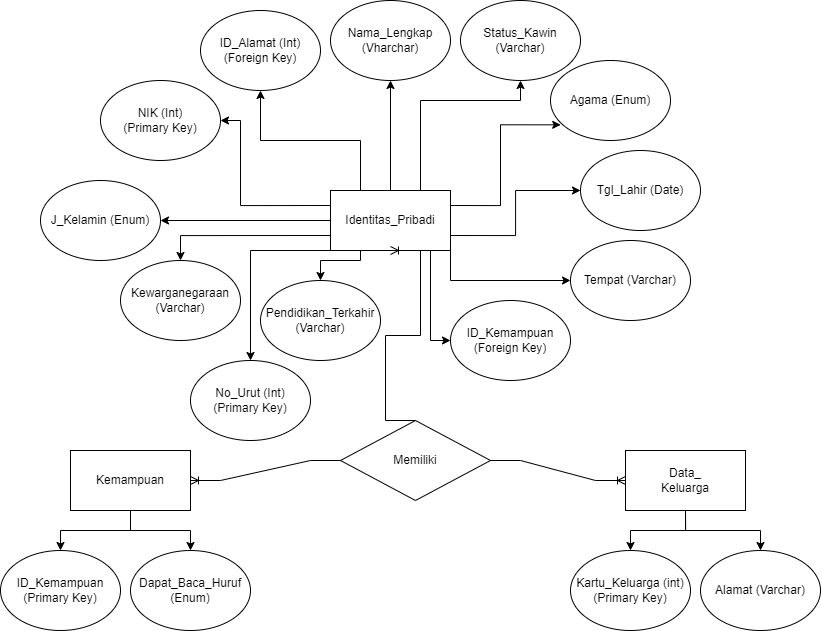
Above: ERD Versi 1.png in alvijar/Kominfo_Alvijar (draw.io), before the change. Source tidied: cells renumbered, new cells last; positions are measured from the earlier drawing's top-left corner, leaving out a move shared by most shapes.
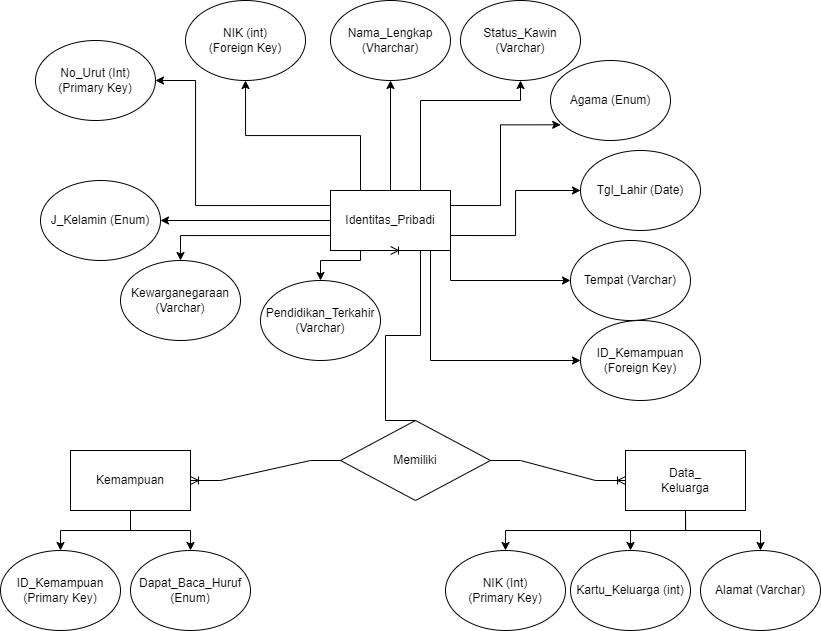
Later version of the same file.

What changed in the source:
```diff
@@ -2,10 +2,7 @@
   <root>
     <mxCell id="0" />
     <mxCell id="1" parent="0" />
-    <mxCell id="2" value="&lt;span style=&quot;text-align: left&quot;&gt;ID_Alamat (Int)&lt;/span&gt;&lt;br style=&quot;text-align: left&quot;&gt;&lt;span style=&quot;text-align: left&quot;&gt;(Foreign Key)&lt;/span&gt;" style="ellipse;whiteSpace=wrap;html=1;" parent="1" vertex="1">
-      <mxGeometry x="200" y="10" width="120" height="80" as="geometry" />
-    </mxCell>
-    <mxCell id="3" style="edgeStyle=orthogonalEdgeStyle;rounded=0;jettySize=auto;html=1;exitX=0.25;exitY=0;exitDx=0;exitDy=0;entryX=0.5;entryY=1;entryDx=0;entryDy=0;" parent="1" edge="1" source="16" target="2">
+    <mxCell id="3" style="edgeStyle=orthogonalEdgeStyle;rounded=0;jettySize=auto;html=1;exitX=0.25;exitY=0;exitDx=0;exitDy=0;entryX=0.5;entryY=1;entryDx=0;entryDy=0;" parent="1" edge="1" source="16" target="42">
       <mxGeometry relative="1" as="geometry" />
     </mxCell>
     <mxCell id="4" style="edgeStyle=orthogonalEdgeStyle;rounded=0;jettySize=auto;html=1;exitX=0.5;exitY=0;exitDx=0;exitDy=0;entryX=0.5;entryY=1;entryDx=0;entryDy=0;" parent="1" edge="1" source="16" target="18">
@@ -19,11 +16,11 @@
         </Array>
       </mxGeometry>
     </mxCell>
-    <mxCell id="6" style="edgeStyle=orthogonalEdgeStyle;rounded=0;jettySize=auto;html=1;exitX=0;exitY=0.25;exitDx=0;exitDy=0;entryX=1;entryY=0.5;entryDx=0;entryDy=0;" parent="1" edge="1" source="16" target="27">
+    <mxCell id="6" style="edgeStyle=orthogonalEdgeStyle;rounded=0;jettySize=auto;html=1;exitX=0;exitY=0.25;exitDx=0;exitDy=0;entryX=1;entryY=0.5;entryDx=0;entryDy=0;" parent="1" edge="1" source="16" target="34">
       <mxGeometry relative="1" as="geometry">
         <Array as="points">
-          <mxPoint x="240" y="205" />
-          <mxPoint x="240" y="120" />
+          <mxPoint x="195" y="205" />
+          <mxPoint x="195" y="80" />
         </Array>
       </mxGeometry>
     </mxCell>
@@ -66,17 +63,10 @@
       <mxGeometry relative="1" as="geometry">
         <Array as="points">
           <mxPoint x="430" y="250" />
-          <mxPoint x="430" y="340" />
+          <mxPoint x="430" y="360" />
         </Array>
       </mxGeometry>
     </mxCell>
-    <mxCell id="15" style="edgeStyle=orthogonalEdgeStyle;rounded=0;jettySize=auto;html=1;exitX=0;exitY=1;exitDx=0;exitDy=0;entryX=0.5;entryY=0;entryDx=0;entryDy=0;" parent="1" edge="1" source="16" target="34">
-      <mxGeometry relative="1" as="geometry">
-        <Array as="points">
-          <mxPoint x="250" y="250" />
-        </Array>
-      </mxGeometry>
-    </mxCell>
     <mxCell id="16" value="Identitas_Pribadi" style="rounded=0;whiteSpace=wrap;html=1;" parent="1" vertex="1">
       <mxGeometry x="330" y="190" width="120" height="60" as="geometry" />
     </mxCell>
@@ -110,9 +100,6 @@
     <mxCell id="26" value="&lt;span style=&quot;text-align: left&quot;&gt;Kewarganegaraan (Varchar)&lt;/span&gt;" style="ellipse;whiteSpace=wrap;html=1;" parent="1" vertex="1">
       <mxGeometry x="120" y="260" width="120" height="80" as="geometry" />
     </mxCell>
-    <mxCell id="27" value="&lt;span style=&quot;text-align: left&quot;&gt;NIK (Int)&lt;br&gt;(Primary Key)&lt;br&gt;&lt;/span&gt;" style="ellipse;whiteSpace=wrap;html=1;" parent="1" vertex="1">
-      <mxGeometry x="100" y="80" width="120" height="80" as="geometry" />
-    </mxCell>
     <mxCell id="28" style="edgeStyle=orthogonalEdgeStyle;rounded=0;jettySize=auto;html=1;exitX=0.5;exitY=1;exitDx=0;exitDy=0;" parent="1" edge="1" source="29" target="31">
       <mxGeometry relative="1" as="geometry" />
     </mxCell>
@@ -129,12 +116,12 @@
       <mxGeometry relative="1" as="geometry" />
     </mxCell>
     <mxCell id="33" value="&lt;span style=&quot;text-align: left&quot;&gt;ID_Kemampuan&lt;br&gt;(Foreign Key)&lt;br&gt;&lt;/span&gt;" style="ellipse;whiteSpace=wrap;html=1;" parent="1" vertex="1">
-      <mxGeometry x="450" y="300" width="120" height="80" as="geometry" />
+      <mxGeometry x="580" y="320" width="120" height="80" as="geometry" />
     </mxCell>
     <mxCell id="34" value="&lt;span style=&quot;text-align: left&quot;&gt;No_Urut&amp;nbsp;(Int)&lt;br&gt;(Primary Key)&lt;br&gt;&lt;/span&gt;" style="ellipse;whiteSpace=wrap;html=1;" parent="1" vertex="1">
-      <mxGeometry x="190" y="360" width="120" height="80" as="geometry" />
+      <mxGeometry x="35" y="40" width="120" height="80" as="geometry" />
     </mxCell>
-    <mxCell id="35" value="&lt;span style=&quot;text-align: left&quot;&gt;Kartu_Keluarga (int)&lt;br&gt;(Primary Key)&lt;br&gt;&lt;/span&gt;" style="ellipse;whiteSpace=wrap;html=1;" parent="1" vertex="1">
+    <mxCell id="35" value="&lt;span style=&quot;text-align: left&quot;&gt;Kartu_Keluarga (int)&lt;br&gt;&lt;/span&gt;" style="ellipse;whiteSpace=wrap;html=1;" parent="1" vertex="1">
       <mxGeometry x="570" y="550" width="120" height="80" as="geometry" />
     </mxCell>
     <mxCell id="36" style="edgeStyle=orthogonalEdgeStyle;rounded=0;jettySize=auto;html=1;exitX=0.5;exitY=1;exitDx=0;exitDy=0;entryX=0.5;entryY=0;entryDx=0;entryDy=0;" parent="1" edge="1" source="38" target="35">
@@ -143,6 +130,9 @@
     <mxCell id="37" style="edgeStyle=orthogonalEdgeStyle;rounded=0;jettySize=auto;html=1;exitX=0.5;exitY=1;exitDx=0;exitDy=0;entryX=0.5;entryY=0;entryDx=0;entryDy=0;" parent="1" edge="1" source="38" target="39">
       <mxGeometry relative="1" as="geometry" />
     </mxCell>
+    <mxCell id="41" style="edgeStyle=orthogonalEdgeStyle;rounded=0;jettySize=auto;html=1;exitX=0.5;exitY=1;exitDx=0;exitDy=0;entryX=0.5;entryY=0;entryDx=0;entryDy=0;" parent="1" edge="1" source="38" target="27">
+      <mxGeometry relative="1" as="geometry" />
+    </mxCell>
     <mxCell id="38" value="Data_&lt;br&gt;Keluarga" style="rounded=0;whiteSpace=wrap;html=1;" parent="1" vertex="1">
       <mxGeometry x="625" y="450" width="120" height="60" as="geometry" />
     </mxCell>
@@ -152,5 +142,11 @@
     <mxCell id="40" style="edgeStyle=entityRelationEdgeStyle;fontSize=12;html=1;endArrow=ERoneToMany;rounded=0;entryX=0.5;entryY=1;entryDx=0;entryDy=0;exitX=0.5;exitY=0;exitDx=0;exitDy=0;" parent="1" edge="1" source="17" target="16">
       <mxGeometry relative="1" as="geometry" />
     </mxCell>
+    <mxCell id="27" value="&lt;span style=&quot;text-align: left&quot;&gt;NIK (Int)&lt;br&gt;(Primary Key)&lt;br&gt;&lt;/span&gt;" style="ellipse;whiteSpace=wrap;html=1;" parent="1" vertex="1">
+      <mxGeometry x="445" y="550" width="120" height="80" as="geometry" />
+    </mxCell>
+    <mxCell id="42" value="&lt;span style=&quot;text-align: left&quot;&gt;NIK (int)&lt;br&gt;(Foreign Key)&lt;br&gt;&lt;/span&gt;" style="ellipse;whiteSpace=wrap;html=1;" parent="1" vertex="1">
+      <mxGeometry x="185" width="120" height="80" as="geometry" />
+    </mxCell>
   </root>
 </mxGraphModel>
```
